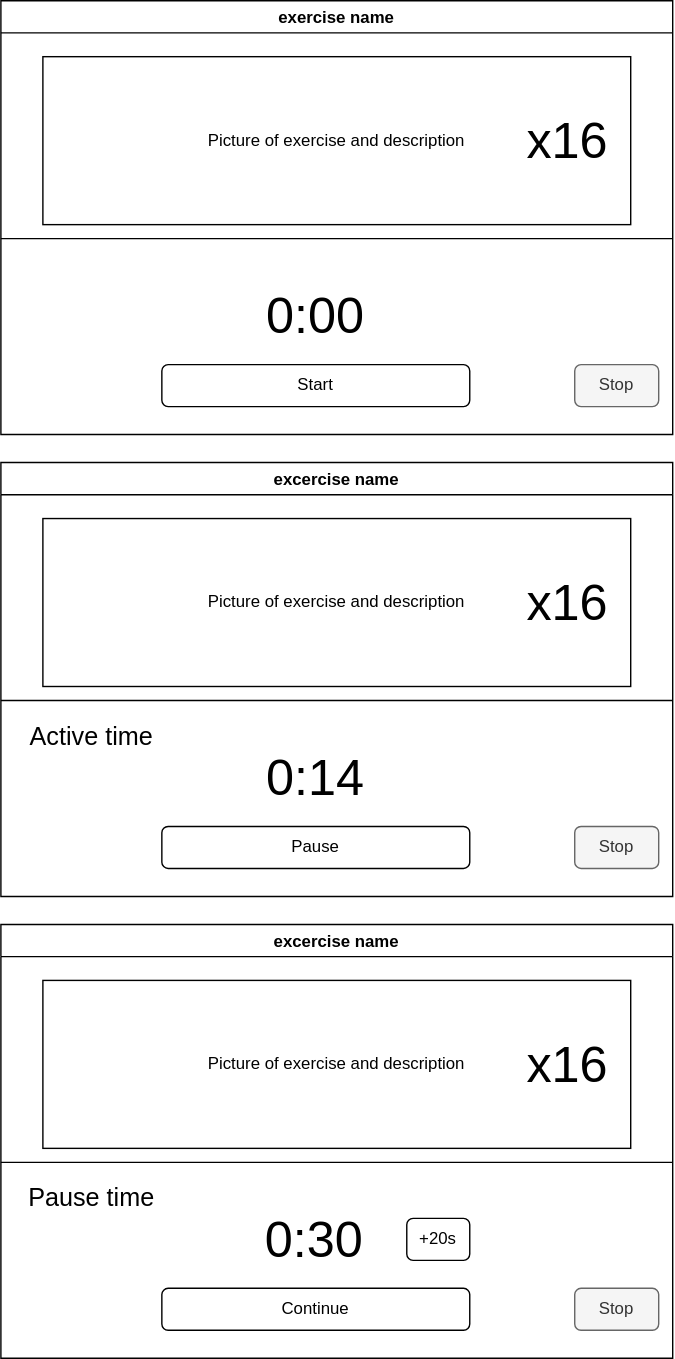
Above: MockUpStartExercise.drawio.svg in willizielke/FitnessWebAppDocumentation (draw.io), before the change. Source tidied: cells renumbered, new cells last; positions are measured from the earlier drawing's top-left corner, leaving out a move shared by most shapes.
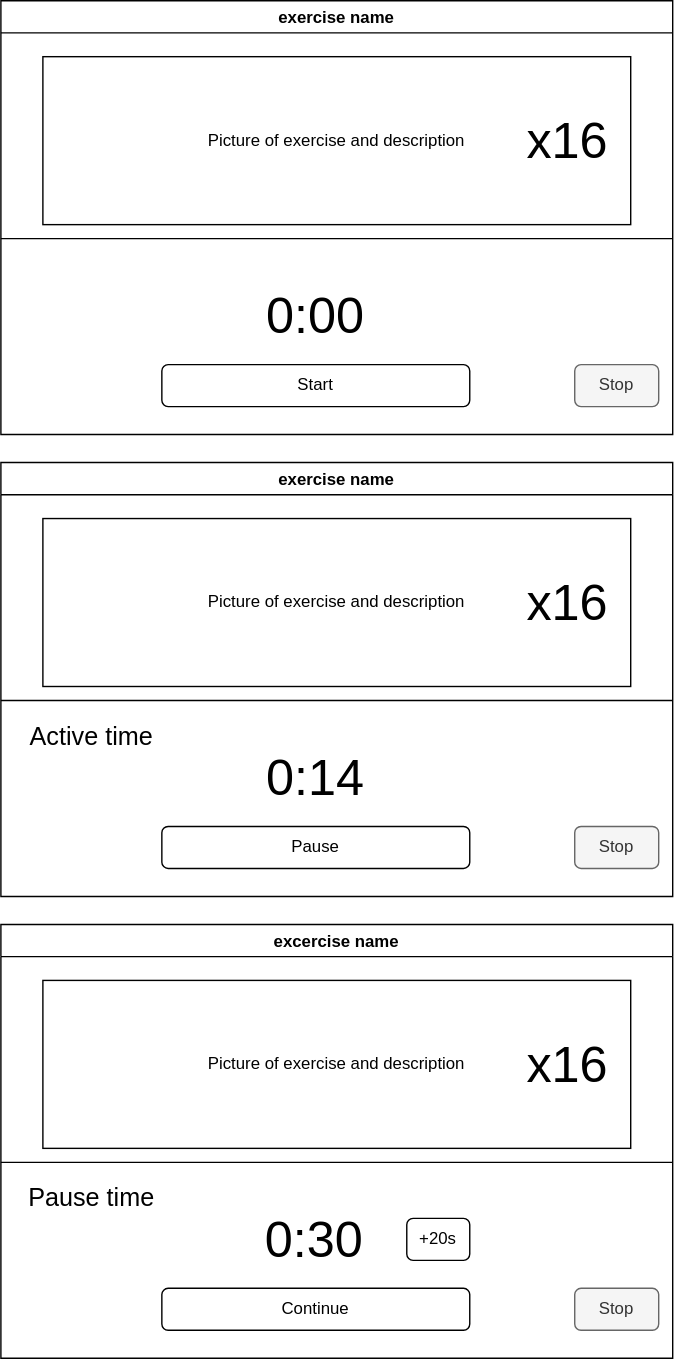
After the change.

The edit, as a diff of the source:
```diff
@@ -29,7 +29,7 @@
     <mxCell id="8" value="0:00" style="text;html=1;strokeColor=none;fillColor=none;align=center;verticalAlign=middle;whiteSpace=wrap;rounded=0;fontSize=36;" parent="2" vertex="1">
       <mxGeometry x="195" y="210" width="60" height="30" as="geometry" />
     </mxCell>
-    <mxCell id="9" value="excercise name" style="swimlane;" parent="1" vertex="1">
+    <mxCell id="9" value="exercise name" style="swimlane;" parent="1" vertex="1">
       <mxGeometry y="330" width="480" height="310" as="geometry" />
     </mxCell>
     <mxCell id="10" value="Pause" style="rounded=1;whiteSpace=wrap;html=1;" parent="9" vertex="1">
```
